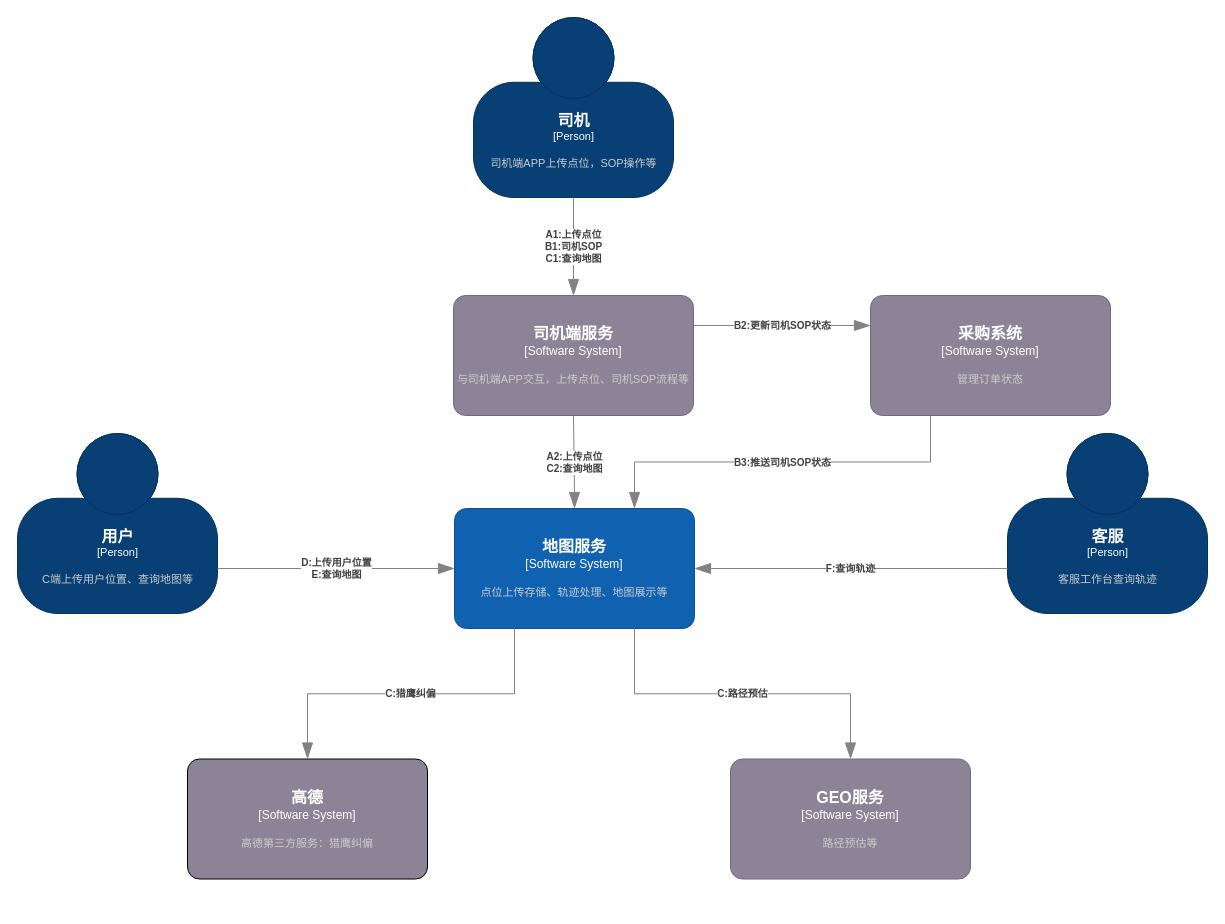
Earlier version of the draw.io diagram 地图服务-现状.drawio (miareko/c4-diagram). Source tidied: cells renumbered, new cells numbered last; positions are measured from the earlier drawing's top-left corner, leaving out a move shared by most shapes. Both pictures are drawn from the tidied source at 100%, with x=0, y=0 at pixel (17, 17).
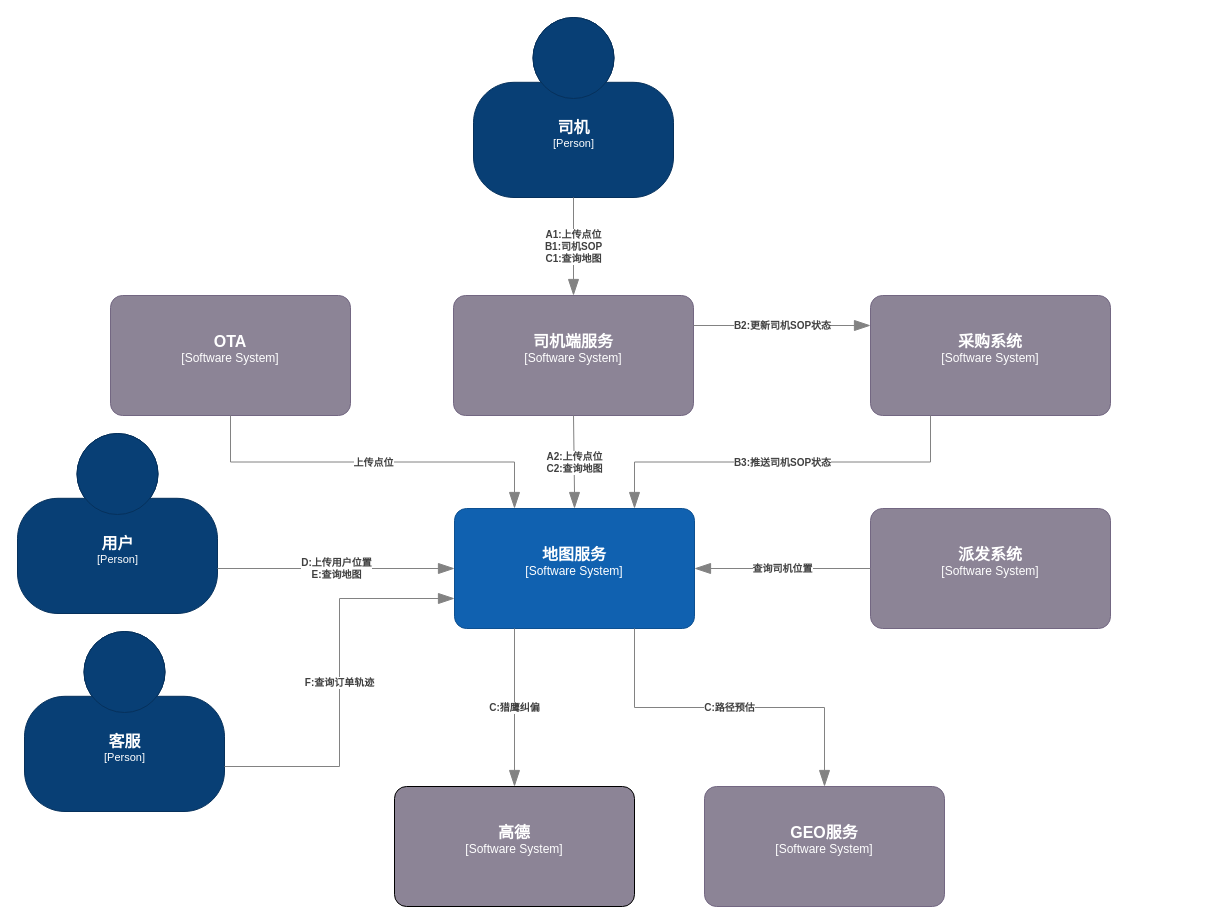
The same page after the edit.

Commit message:
Update 地图服务-现状.drawio

Diff of the diagram source:
```diff
@@
-    <object id="2" label="&lt;font style=&quot;font-size: 16px&quot;&gt;&lt;b&gt;%c4Name%&lt;/b&gt;&lt;/font&gt;&lt;div&gt;[%c4Type%]&lt;/div&gt;&lt;br&gt;&lt;div&gt;&lt;font style=&quot;font-size: 11px&quot;&gt;&lt;font color=&quot;#cccccc&quot;&gt;%c4Description%&lt;/font&gt;&lt;/div&gt;" c4Description="司机端APP上传点位，SOP操作等" c4Name="司机" c4Type="Person" placeholders="1">
+    <object id="2" label="&lt;font style=&quot;font-size: 16px&quot;&gt;&lt;b&gt;%c4Name%&lt;/b&gt;&lt;/font&gt;&lt;div&gt;[%c4Type%]&lt;/div&gt;&lt;br&gt;&lt;div&gt;&lt;font style=&quot;font-size: 11px&quot;&gt;&lt;font color=&quot;#cccccc&quot;&gt;%c4Description%&lt;/font&gt;&lt;/div&gt;" c4Description="" c4Name="司机" c4Type="Person" placeholders="1">
       <mxCell style="html=1;fontSize=11;dashed=0;whitespace=wrap;fillColor=#083F75;strokeColor=#06315C;fontColor=#ffffff;shape=mxgraph.c4.person2;align=center;points=[[0.5,0,0],[1,0.5,0],[1,0.75,0],[0.75,1,0],[0.5,1,0],[0.25,1,0],[0,0.75,0],[0,0.5,0]];" parent="1" vertex="1">
         <mxGeometry x="456" width="200" height="180" as="geometry" />
       </mxCell>
     </object>
-    <object id="3" label="&lt;font style=&quot;font-size: 16px&quot;&gt;&lt;b&gt;%c4Name%&lt;/b&gt;&lt;/font&gt;&lt;div&gt;[%c4Type%]&lt;/div&gt;&lt;br&gt;&lt;div&gt;&lt;font style=&quot;font-size: 11px&quot;&gt;&lt;font color=&quot;#cccccc&quot;&gt;%c4Description%&lt;/font&gt;&lt;/div&gt;" c4Description="点位上传存储、轨迹处理、地图展示等" c4Name="地图服务" c4Type="Software System" placeholders="1">
+    <object id="3" label="&lt;font style=&quot;font-size: 16px&quot;&gt;&lt;b&gt;%c4Name%&lt;/b&gt;&lt;/font&gt;&lt;div&gt;[%c4Type%]&lt;/div&gt;&lt;br&gt;&lt;div&gt;&lt;font style=&quot;font-size: 11px&quot;&gt;&lt;font color=&quot;#cccccc&quot;&gt;%c4Description%&lt;/font&gt;&lt;/div&gt;" c4Description="" c4Name="地图服务" c4Type="Software System" placeholders="1">
       <mxCell style="rounded=1;whiteSpace=wrap;html=1;labelBackgroundColor=none;fillColor=#1061B0;fontColor=#ffffff;align=center;arcSize=10;strokeColor=#0D5091;points=[[0.25,0,0],[0.5,0,0],[0.75,0,0],[1,0.25,0],[1,0.5,0],[1,0.75,0],[0.75,1,0],[0.5,1,0],[0.25,1,0],[0,0.75,0],[0,0.5,0],[0,0.25,0]];" parent="1" vertex="1">
         <mxGeometry x="437" y="491" width="240" height="120" as="geometry" />
       </mxCell>
     </object>
-    <object id="4" label="&lt;font style=&quot;font-size: 16px&quot;&gt;&lt;b&gt;%c4Name%&lt;/b&gt;&lt;/font&gt;&lt;div&gt;[%c4Type%]&lt;/div&gt;&lt;br&gt;&lt;div&gt;&lt;font style=&quot;font-size: 11px&quot;&gt;&lt;font color=&quot;#cccccc&quot;&gt;%c4Description%&lt;/font&gt;&lt;/div&gt;" c4Description="与司机端APP交互，上传点位、司机SOP流程等" c4Name="司机端服务" c4Type="Software System" placeholders="1">
+    <object id="4" label="&lt;font style=&quot;font-size: 16px&quot;&gt;&lt;b&gt;%c4Name%&lt;/b&gt;&lt;/font&gt;&lt;div&gt;[%c4Type%]&lt;/div&gt;&lt;br&gt;&lt;div&gt;&lt;font style=&quot;font-size: 11px&quot;&gt;&lt;font color=&quot;#cccccc&quot;&gt;%c4Description%&lt;/font&gt;&lt;/div&gt;" c4Description="" c4Name="司机端服务" c4Type="Software System" placeholders="1">
       <mxCell style="rounded=1;whiteSpace=wrap;html=1;labelBackgroundColor=none;fillColor=#8C8496;fontColor=#ffffff;align=center;arcSize=10;strokeColor=#736782;points=[[0.25,0,0],[0.5,0,0],[0.75,0,0],[1,0.25,0],[1,0.5,0],[1,0.75,0],[0.75,1,0],[0.5,1,0],[0.25,1,0],[0,0.75,0],[0,0.5,0],[0,0.25,0]];" parent="1" vertex="1">
         <mxGeometry x="436" y="278" width="240" height="120" as="geometry" />
       </mxCell>
     </object>
-    <object id="5" label="&lt;font style=&quot;font-size: 16px&quot;&gt;&lt;b&gt;%c4Name%&lt;/b&gt;&lt;/font&gt;&lt;div&gt;[%c4Type%]&lt;/div&gt;&lt;br&gt;&lt;div&gt;&lt;font style=&quot;font-size: 11px&quot;&gt;&lt;font color=&quot;#cccccc&quot;&gt;%c4Description%&lt;/font&gt;&lt;/div&gt;" c4Description="管理订单状态" c4Name="采购系统" c4Type="Software System" placeholders="1">
+    <object id="5" label="&lt;font style=&quot;font-size: 16px&quot;&gt;&lt;b&gt;%c4Name%&lt;/b&gt;&lt;/font&gt;&lt;div&gt;[%c4Type%]&lt;/div&gt;&lt;br&gt;&lt;div&gt;&lt;font style=&quot;font-size: 11px&quot;&gt;&lt;font color=&quot;#cccccc&quot;&gt;%c4Description%&lt;/font&gt;&lt;/div&gt;" c4Description="" c4Name="采购系统" c4Type="Software System" placeholders="1">
       <mxCell style="rounded=1;whiteSpace=wrap;html=1;labelBackgroundColor=none;fillColor=#8C8496;fontColor=#ffffff;align=center;arcSize=10;strokeColor=#736782;points=[[0.25,0,0],[0.5,0,0],[0.75,0,0],[1,0.25,0],[1,0.5,0],[1,0.75,0],[0.75,1,0],[0.5,1,0],[0.25,1,0],[0,0.75,0],[0,0.5,0],[0,0.25,0]];" parent="1" vertex="1">
         <mxGeometry x="853" y="278" width="240" height="120" as="geometry" />
       </mxCell>
     </object>
-    <object id="6" label="&lt;font style=&quot;font-size: 16px&quot;&gt;&lt;b&gt;%c4Name%&lt;/b&gt;&lt;/font&gt;&lt;div&gt;[%c4Type%]&lt;/div&gt;&lt;br&gt;&lt;div&gt;&lt;font style=&quot;font-size: 11px&quot;&gt;&lt;font color=&quot;#cccccc&quot;&gt;%c4Description%&lt;/font&gt;&lt;/div&gt;" c4Description="路径预估等" c4Name="GEO服务" c4Type="Software System" placeholders="1">
+    <object id="6" label="&lt;font style=&quot;font-size: 16px&quot;&gt;&lt;b&gt;%c4Name%&lt;/b&gt;&lt;/font&gt;&lt;div&gt;[%c4Type%]&lt;/div&gt;&lt;br&gt;&lt;div&gt;&lt;font style=&quot;font-size: 11px&quot;&gt;&lt;font color=&quot;#cccccc&quot;&gt;%c4Description%&lt;/font&gt;&lt;/div&gt;" c4Description="" c4Name="GEO服务" c4Type="Software System" placeholders="1">
       <mxCell style="rounded=1;whiteSpace=wrap;html=1;labelBackgroundColor=none;fillColor=#8C8496;fontColor=#ffffff;align=center;arcSize=10;strokeColor=#736782;points=[[0.25,0,0],[0.5,0,0],[0.75,0,0],[1,0.25,0],[1,0.5,0],[1,0.75,0],[0.75,1,0],[0.5,1,0],[0.25,1,0],[0,0.75,0],[0,0.5,0],[0,0.25,0]];" parent="1" vertex="1">
-        <mxGeometry x="713" y="741.5" width="240" height="120" as="geometry" />
+        <mxGeometry x="687" y="769" width="240" height="120" as="geometry" />
       </mxCell>
     </object>
-    <object id="7" label="&lt;font style=&quot;font-size: 16px&quot;&gt;&lt;b&gt;%c4Name%&lt;/b&gt;&lt;/font&gt;&lt;div&gt;[%c4Type%]&lt;/div&gt;&lt;br&gt;&lt;div&gt;&lt;font style=&quot;font-size: 11px&quot;&gt;&lt;font color=&quot;#cccccc&quot;&gt;%c4Description%&lt;/font&gt;&lt;/div&gt;" c4Description="高德第三方服务：猎鹰纠偏" c4Name="高德" c4Type="Software System" placeholders="1">
+    <object id="7" label="&lt;font style=&quot;font-size: 16px&quot;&gt;&lt;b&gt;%c4Name%&lt;/b&gt;&lt;/font&gt;&lt;div&gt;[%c4Type%]&lt;/div&gt;&lt;br&gt;&lt;div&gt;&lt;font style=&quot;font-size: 11px&quot;&gt;&lt;font color=&quot;#cccccc&quot;&gt;%c4Description%&lt;/font&gt;&lt;/div&gt;" c4Description="" c4Name="高德" c4Type="Software System" placeholders="1">
       <mxCell style="rounded=1;whiteSpace=wrap;html=1;labelBackgroundColor=none;fillColor=#8C8496;fontColor=#ffffff;align=center;arcSize=10;strokeColor=default;points=[[0.25,0,0],[0.5,0,0],[0.75,0,0],[1,0.25,0],[1,0.5,0],[1,0.75,0],[0.75,1,0],[0.5,1,0],[0.25,1,0],[0,0.75,0],[0,0.5,0],[0,0.25,0]];" parent="1" vertex="1">
-        <mxGeometry x="170" y="741.5" width="240" height="120" as="geometry" />
+        <mxGeometry x="377" y="769" width="240" height="120" as="geometry" />
       </mxCell>
     </object>
-    <object id="8" label="&lt;font style=&quot;font-size: 16px&quot;&gt;&lt;b&gt;%c4Name%&lt;/b&gt;&lt;/font&gt;&lt;div&gt;[%c4Type%]&lt;/div&gt;&lt;br&gt;&lt;div&gt;&lt;font style=&quot;font-size: 11px&quot;&gt;&lt;font color=&quot;#cccccc&quot;&gt;%c4Description%&lt;/font&gt;&lt;/div&gt;" c4Description="C端上传用户位置、查询地图等" c4Name="用户" c4Type="Person" placeholders="1">
+    <object id="8" label="&lt;font style=&quot;font-size: 16px&quot;&gt;&lt;b&gt;%c4Name%&lt;/b&gt;&lt;/font&gt;&lt;div&gt;[%c4Type%]&lt;/div&gt;&lt;br&gt;&lt;div&gt;&lt;font style=&quot;font-size: 11px&quot;&gt;&lt;font color=&quot;#cccccc&quot;&gt;%c4Description%&lt;/font&gt;&lt;/div&gt;" c4Description="" c4Name="用户" c4Type="Person" placeholders="1">
       <mxCell style="html=1;fontSize=11;dashed=0;whitespace=wrap;fillColor=#083F75;strokeColor=#06315C;fontColor=#ffffff;shape=mxgraph.c4.person2;align=center;points=[[0.5,0,0],[1,0.5,0],[1,0.75,0],[0.75,1,0],[0.5,1,0],[0.25,1,0],[0,0.75,0],[0,0.5,0]];" parent="1" vertex="1">
         <mxGeometry y="416" width="200" height="180" as="geometry" />
       </mxCell>
     </object>
-    <object id="9" label="&lt;font style=&quot;font-size: 16px&quot;&gt;&lt;b&gt;%c4Name%&lt;/b&gt;&lt;/font&gt;&lt;div&gt;[%c4Type%]&lt;/div&gt;&lt;br&gt;&lt;div&gt;&lt;font style=&quot;font-size: 11px&quot;&gt;&lt;font color=&quot;#cccccc&quot;&gt;%c4Description%&lt;/font&gt;&lt;/div&gt;" c4Description="客服工作台查询轨迹" c4Name="客服" c4Type="Person" placeholders="1">
+    <object id="9" label="&lt;font style=&quot;font-size: 16px&quot;&gt;&lt;b&gt;%c4Name%&lt;/b&gt;&lt;/font&gt;&lt;div&gt;[%c4Type%]&lt;/div&gt;&lt;br&gt;&lt;div&gt;&lt;font style=&quot;font-size: 11px&quot;&gt;&lt;font color=&quot;#cccccc&quot;&gt;%c4Description%&lt;/font&gt;&lt;/div&gt;" c4Description="" c4Name="客服" c4Type="Person" placeholders="1">
       <mxCell style="html=1;fontSize=11;dashed=0;whitespace=wrap;fillColor=#083F75;strokeColor=#06315C;fontColor=#ffffff;shape=mxgraph.c4.person2;align=center;points=[[0.5,0,0],[1,0.5,0],[1,0.75,0],[0.75,1,0],[0.5,1,0],[0.25,1,0],[0,0.75,0],[0,0.5,0]];" parent="1" vertex="1">
-        <mxGeometry x="990" y="416" width="200" height="180" as="geometry" />
+        <mxGeometry x="7" y="614" width="200" height="180" as="geometry" />
       </mxCell>
     </object>
@@
-    <object id="15" label="&lt;div style=&quot;text-align: left&quot;&gt;&lt;div style=&quot;text-align: center&quot;&gt;&lt;b&gt;%c4Description%&lt;/b&gt;&lt;/div&gt;" c4Description="F:查询轨迹" placeholders="1">
-      <mxCell style="endArrow=blockThin;html=1;fontSize=10;fontColor=#404040;strokeWidth=1;endFill=1;strokeColor=#828282;elbow=vertical;endSize=14;startSize=14;jumpStyle=arc;jumpSize=16;rounded=0;edgeStyle=orthogonalEdgeStyle;exitX=0;exitY=0.75;exitDx=0;exitDy=0;exitPerimeter=0;entryX=1;entryY=0.5;entryDx=0;entryDy=0;entryPerimeter=0;" parent="1" edge="1" source="9" target="3">
+    <object id="15" label="&lt;div style=&quot;text-align: left&quot;&gt;&lt;div style=&quot;text-align: center&quot;&gt;&lt;b&gt;%c4Description%&lt;/b&gt;&lt;/div&gt;" c4Description="F:查询订单轨迹" placeholders="1">
+      <mxCell style="endArrow=blockThin;html=1;fontSize=10;fontColor=#404040;strokeWidth=1;endFill=1;strokeColor=#828282;elbow=vertical;endSize=14;startSize=14;jumpStyle=arc;jumpSize=16;rounded=0;edgeStyle=orthogonalEdgeStyle;exitX=1;exitY=0.75;exitDx=0;exitDy=0;exitPerimeter=0;entryX=0;entryY=0.75;entryDx=0;entryDy=0;entryPerimeter=0;" parent="1" edge="1" source="9" target="3">
         <mxGeometry relative="1" as="geometry" />
       </mxCell>
     </object>
@@
+    <object id="18" label="&lt;font style=&quot;font-size: 16px&quot;&gt;&lt;b&gt;%c4Name%&lt;/b&gt;&lt;/font&gt;&lt;div&gt;[%c4Type%]&lt;/div&gt;&lt;br&gt;&lt;div&gt;&lt;font style=&quot;font-size: 11px&quot;&gt;&lt;font color=&quot;#cccccc&quot;&gt;%c4Description%&lt;/font&gt;&lt;/div&gt;" c4Description="" c4Name="OTA" c4Type="Software System" placeholders="1">
+      <mxCell style="rounded=1;whiteSpace=wrap;html=1;labelBackgroundColor=none;fillColor=#8C8496;fontColor=#ffffff;align=center;arcSize=10;strokeColor=#736782;points=[[0.25,0,0],[0.5,0,0],[0.75,0,0],[1,0.25,0],[1,0.5,0],[1,0.75,0],[0.75,1,0],[0.5,1,0],[0.25,1,0],[0,0.75,0],[0,0.5,0],[0,0.25,0]];" parent="1" vertex="1">
+        <mxGeometry x="93" y="278" width="240" height="120" as="geometry" />
+      </mxCell>
+    </object>
+    <object id="19" label="&lt;div style=&quot;text-align: left&quot;&gt;&lt;div style=&quot;text-align: center&quot;&gt;&lt;b&gt;%c4Description%&lt;/b&gt;&lt;/div&gt;" c4Description="上传点位" placeholders="1">
+      <mxCell style="endArrow=blockThin;html=1;fontSize=10;fontColor=#404040;strokeWidth=1;endFill=1;strokeColor=#828282;elbow=vertical;endSize=14;startSize=14;jumpStyle=arc;jumpSize=16;rounded=0;edgeStyle=orthogonalEdgeStyle;exitX=0.5;exitY=1;exitDx=0;exitDy=0;exitPerimeter=0;entryX=0.25;entryY=0;entryDx=0;entryDy=0;entryPerimeter=0;" parent="1" edge="1" source="18" target="3">
+        <mxGeometry relative="1" as="geometry" />
+      </mxCell>
+    </object>
+    <object id="20" label="&lt;font style=&quot;font-size: 16px&quot;&gt;&lt;b&gt;%c4Name%&lt;/b&gt;&lt;/font&gt;&lt;div&gt;[%c4Type%]&lt;/div&gt;&lt;br&gt;&lt;div&gt;&lt;font style=&quot;font-size: 11px&quot;&gt;&lt;font color=&quot;#cccccc&quot;&gt;%c4Description%&lt;/font&gt;&lt;/div&gt;" c4Description="" c4Name="派发系统" c4Type="Software System" placeholders="1">
+      <mxCell style="rounded=1;whiteSpace=wrap;html=1;labelBackgroundColor=none;fillColor=#8C8496;fontColor=#ffffff;align=center;arcSize=10;strokeColor=#736782;points=[[0.25,0,0],[0.5,0,0],[0.75,0,0],[1,0.25,0],[1,0.5,0],[1,0.75,0],[0.75,1,0],[0.5,1,0],[0.25,1,0],[0,0.75,0],[0,0.5,0],[0,0.25,0]];" parent="1" vertex="1">
+        <mxGeometry x="853" y="491" width="240" height="120" as="geometry" />
+      </mxCell>
+    </object>
+    <object id="21" label="&lt;div style=&quot;text-align: left&quot;&gt;&lt;div style=&quot;text-align: center&quot;&gt;&lt;b&gt;%c4Description%&lt;/b&gt;&lt;/div&gt;" c4Description="查询司机位置" placeholders="1">
+      <mxCell style="endArrow=blockThin;html=1;fontSize=10;fontColor=#404040;strokeWidth=1;endFill=1;strokeColor=#828282;elbow=vertical;endSize=14;startSize=14;jumpStyle=arc;jumpSize=16;rounded=0;edgeStyle=orthogonalEdgeStyle;exitX=0;exitY=0.5;exitDx=0;exitDy=0;exitPerimeter=0;" parent="1" edge="1" source="20" target="3">
+        <mxGeometry relative="1" as="geometry" />
+      </mxCell>
+    </object>
```
